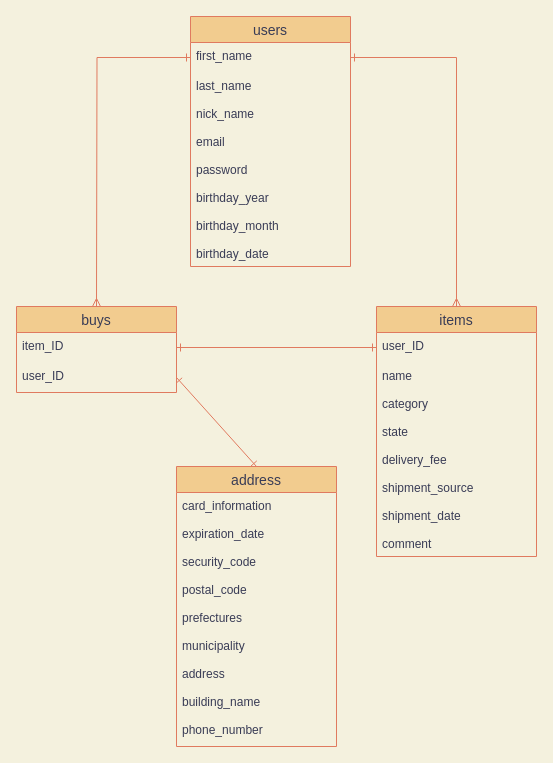
The draw.io diagram test.dio in 01025818kim/furima-29602, before the edit. Source tidied: cells renumbered, new cells numbered last; positions are measured from the earlier drawing's top-left corner, leaving out a move shared by most shapes. Both pictures are drawn from the tidied source at 100%, with x=0, y=0 at pixel (16, 16).
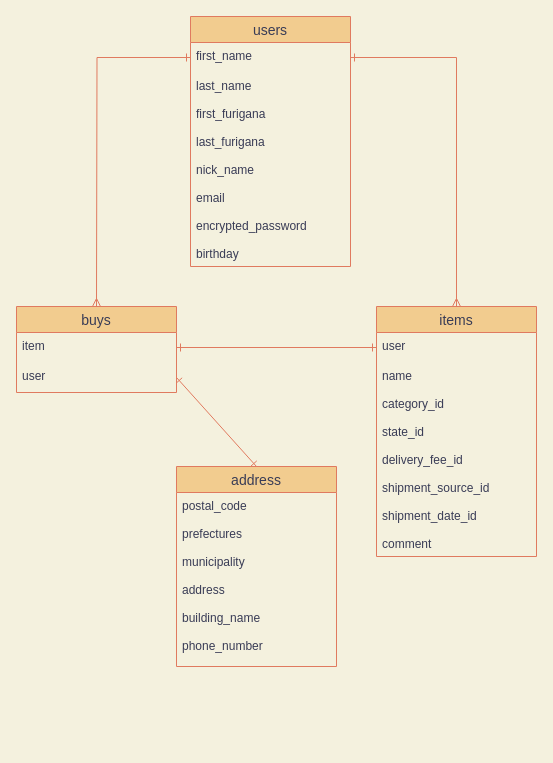
The same page after the edit.

The change refers to these unchanged cells:
```xml
<mxCell id="3" value="users" style="swimlane;fontStyle=0;horizontal=1;startSize=26;align=center;fontSize=14;fillColor=#F2CC8F;strokeColor=#E07A5F;fontColor=#393C56;" parent="1" vertex="1">
  <mxGeometry x="174" width="160" height="250" as="geometry" />
</mxCell>
<mxCell id="6" value="items" style="swimlane;fontStyle=0;horizontal=1;startSize=26;align=center;fontSize=14;fillColor=#F2CC8F;strokeColor=#E07A5F;fontColor=#393C56;" parent="1" vertex="1">
  <mxGeometry x="360" y="290" width="160" height="250" as="geometry" />
</mxCell>
<mxCell id="12" value="buys" style="swimlane;fontStyle=0;horizontal=1;startSize=26;align=center;fontSize=14;fillColor=#F2CC8F;strokeColor=#E07A5F;fontColor=#393C56;" parent="1" vertex="1">
  <mxGeometry y="290" width="160" height="86" as="geometry" />
</mxCell>
```

The edit, as a diff of the source:
```diff
@@
-    <mxCell id="5" value="last_name&#10;&#10;nick_name&#10;&#10;email&#10;&#10;password&#10;&#10;birthday_year&#10;&#10;birthday_month&#10;&#10;birthday_date" style="text;strokeColor=none;fillColor=none;spacingLeft=4;spacingRight=4;overflow=hidden;fontSize=12;fontColor=#393C56;" parent="3" vertex="1">
+    <mxCell id="5" value="last_name&#10;&#10;first_furigana&#10;&#10;last_furigana&#10;&#10;nick_name&#10;&#10;email&#10;&#10;encrypted_password&#10;&#10;birthday" style="text;strokeColor=none;fillColor=none;spacingLeft=4;spacingRight=4;overflow=hidden;fontSize=12;fontColor=#393C56;" parent="3" vertex="1">
       <mxGeometry y="56" width="160" height="194" as="geometry" />
     </mxCell>
@@
-    <mxCell id="7" value="user_ID&#10;&#10;&#10;" style="text;strokeColor=none;fillColor=none;spacingLeft=4;spacingRight=4;overflow=hidden;points=[[0,0.5],[1,0.5]];portConstraint=eastwest;fontSize=12;fontColor=#393C56;" parent="6" vertex="1">
+    <mxCell id="7" value="user&#10;&#10;&#10;" style="text;strokeColor=none;fillColor=none;spacingLeft=4;spacingRight=4;overflow=hidden;points=[[0,0.5],[1,0.5]];portConstraint=eastwest;fontSize=12;fontColor=#393C56;" parent="6" vertex="1">
       <mxGeometry y="26" width="160" height="30" as="geometry" />
     </mxCell>
-    <mxCell id="8" value="name&#10;&#10;category&#10;&#10;state&#10;&#10;delivery_fee&#10;&#10;shipment_source&#10;&#10;shipment_date&#10;&#10;comment" style="text;strokeColor=none;fillColor=none;spacingLeft=4;spacingRight=4;overflow=hidden;fontSize=12;fontColor=#393C56;" parent="6" vertex="1">
+    <mxCell id="8" value="name&#10;&#10;category_id&#10;&#10;state_id&#10;&#10;delivery_fee_id&#10;&#10;shipment_source_id&#10;&#10;shipment_date_id&#10;&#10;comment" style="text;strokeColor=none;fillColor=none;spacingLeft=4;spacingRight=4;overflow=hidden;fontSize=12;fontColor=#393C56;" parent="6" vertex="1">
       <mxGeometry y="56" width="160" height="194" as="geometry" />
     </mxCell>
@@
-    <mxCell id="13" value="item_ID" style="text;strokeColor=none;fillColor=none;spacingLeft=4;spacingRight=4;overflow=hidden;fontSize=12;fontColor=#393C56;" parent="12" vertex="1">
+    <mxCell id="13" value="item" style="text;strokeColor=none;fillColor=none;spacingLeft=4;spacingRight=4;overflow=hidden;fontSize=12;fontColor=#393C56;" parent="12" vertex="1">
       <mxGeometry y="26" width="160" height="30" as="geometry" />
     </mxCell>
-    <mxCell id="14" value="user_ID" style="text;strokeColor=none;fillColor=none;spacingLeft=4;spacingRight=4;overflow=hidden;points=[[0,0.5],[1,0.5]];portConstraint=eastwest;fontSize=12;fontColor=#393C56;" parent="12" vertex="1">
+    <mxCell id="14" value="user" style="text;strokeColor=none;fillColor=none;spacingLeft=4;spacingRight=4;overflow=hidden;points=[[0,0.5],[1,0.5]];portConstraint=eastwest;fontSize=12;fontColor=#393C56;" parent="12" vertex="1">
       <mxGeometry y="56" width="160" height="30" as="geometry" />
     </mxCell>
     <mxCell id="15" value="address" style="swimlane;fontStyle=0;horizontal=1;startSize=26;align=center;fontSize=14;fillColor=#F2CC8F;strokeColor=#E07A5F;fontColor=#393C56;" parent="1" vertex="1">
-      <mxGeometry x="160" y="450" width="160" height="280" as="geometry" />
+      <mxGeometry x="160" y="450" width="160" height="200" as="geometry" />
     </mxCell>
-    <mxCell id="16" value="card_information&#10;&#10;expiration_date&#10;&#10;security_code&#10;&#10;postal_code&#10;&#10;prefectures&#10;&#10;municipality&#10;&#10;address&#10;&#10;building_name&#10;&#10;phone_number" style="text;strokeColor=none;fillColor=none;spacingLeft=4;spacingRight=4;overflow=hidden;fontSize=12;fontColor=#393C56;" parent="15" vertex="1">
-      <mxGeometry y="26" width="160" height="254" as="geometry" />
+    <mxCell id="16" value="postal_code&#10;&#10;prefectures&#10;&#10;municipality&#10;&#10;address&#10;&#10;building_name&#10;&#10;phone_number" style="text;strokeColor=none;fillColor=none;spacingLeft=4;spacingRight=4;overflow=hidden;fontSize=12;fontColor=#393C56;" parent="15" vertex="1">
+      <mxGeometry y="26" width="160" height="174" as="geometry" />
     </mxCell>
```
